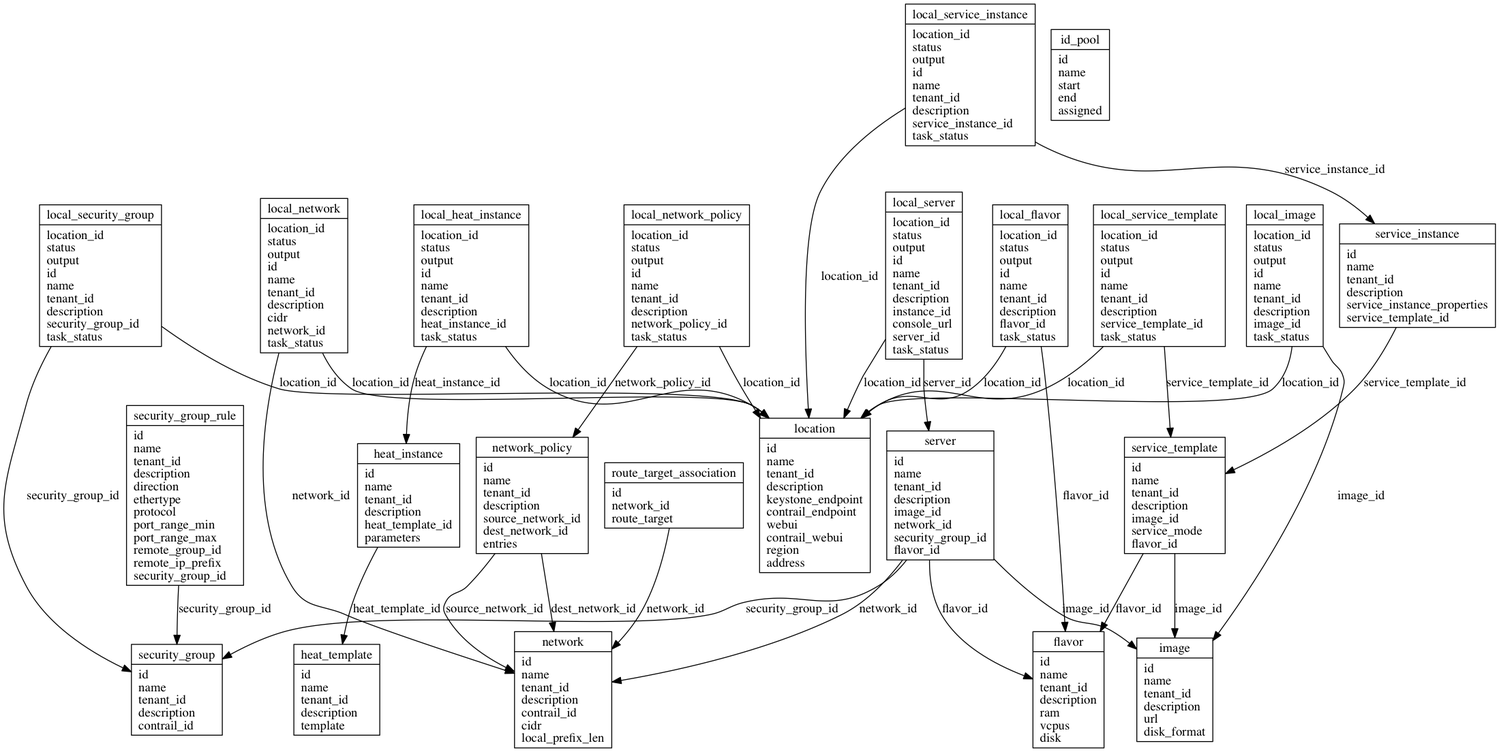
Juniper/ukai keeps this Graphviz diagram as doc/images/schema.png. Above is the earlier version. Its source is kept beside it as doc/images/schema.dot. Its diagram source:
```dot
digraph schemas {

  location [ label = "{ location | id\lname\ltenant_id\ldescription\lkeystone_endpoint\lcontrail_endpoint\lwebui\lcontrail_webui\lregion\laddress\l }", shape = "record"];


  heat_template [ label = "{ heat_template | id\lname\ltenant_id\ldescription\ltemplate\l }", shape = "record"];


  heat_instance [ label = "{ heat_instance | id\lname\ltenant_id\ldescription\lheat_template_id\lparameters\l }", shape = "record"];

  heat_instance -> heat_template [ label = "heat_template_id"];


  local_heat_instance [ label = "{ local_heat_instance | location_id\lstatus\loutput\lid\lname\ltenant_id\ldescription\lheat_instance_id\ltask_status\l }", shape = "record"];

  local_heat_instance -> location [ label = "location_id"];

  local_heat_instance -> heat_instance [ label = "heat_instance_id"];


  image [ label = "{ image | id\lname\ltenant_id\ldescription\lurl\ldisk_format\l }", shape = "record"];


  flavor [ label = "{ flavor | id\lname\ltenant_id\ldescription\lram\lvcpus\ldisk\l }", shape = "record"];


  service_template [ label = "{ service_template | id\lname\ltenant_id\ldescription\limage_id\lservice_mode\lflavor_id\l }", shape = "record"];

  service_template -> image [ label = "image_id"];

  service_template -> flavor [ label = "flavor_id"];


  service_instance [ label = "{ service_instance | id\lname\ltenant_id\ldescription\lservice_instance_properties\lservice_template_id\l }", shape = "record"];

  service_instance -> service_template [ label = "service_template_id"];


  local_service_instance [ label = "{ local_service_instance | location_id\lstatus\loutput\lid\lname\ltenant_id\ldescription\lservice_instance_id\ltask_status\l }", shape = "record"];

  local_service_instance -> location [ label = "location_id"];

  local_service_instance -> service_instance [ label = "service_instance_id"];


  local_service_template [ label = "{ local_service_template | location_id\lstatus\loutput\lid\lname\ltenant_id\ldescription\lservice_template_id\ltask_status\l }", shape = "record"];

  local_service_template -> location [ label = "location_id"];

  local_service_template -> service_template [ label = "service_template_id"];


  security_group [ label = "{ security_group | id\lname\ltenant_id\ldescription\lcontrail_id\l }", shape = "record"];


  security_group_rule [ label = "{ security_group_rule | id\lname\ltenant_id\ldescription\ldirection\lethertype\lprotocol\lport_range_min\lport_range_max\lremote_group_id\lremote_ip_prefix\lsecurity_group_id\l }", shape = "record"];

  security_group_rule -> security_group [ label = "security_group_id"];


  local_security_group [ label = "{ local_security_group | location_id\lstatus\loutput\lid\lname\ltenant_id\ldescription\lsecurity_group_id\ltask_status\l }", shape = "record"];

  local_security_group -> location [ label = "location_id"];

  local_security_group -> security_group [ label = "security_group_id"];


  network [ label = "{ network | id\lname\ltenant_id\ldescription\lcontrail_id\lcidr\llocal_prefix_len\l }", shape = "record"];


  network_policy [ label = "{ network_policy | id\lname\ltenant_id\ldescription\lsource_network_id\ldest_network_id\lentries\l }", shape = "record"];

  network_policy -> network [ label = "source_network_id"];

  network_policy -> network [ label = "dest_network_id"];


  local_network_policy [ label = "{ local_network_policy | location_id\lstatus\loutput\lid\lname\ltenant_id\ldescription\lnetwork_policy_id\ltask_status\l }", shape = "record"];

  local_network_policy -> location [ label = "location_id"];

  local_network_policy -> network_policy [ label = "network_policy_id"];


  server [ label = "{ server | id\lname\ltenant_id\ldescription\limage_id\lnetwork_id\lsecurity_group_id\lflavor_id\l }", shape = "record"];

  server -> image [ label = "image_id"];

  server -> network [ label = "network_id"];

  server -> security_group [ label = "security_group_id"];

  server -> flavor [ label = "flavor_id"];


  local_server [ label = "{ local_server | location_id\lstatus\loutput\lid\lname\ltenant_id\ldescription\linstance_id\lconsole_url\lserver_id\ltask_status\l }", shape = "record"];

  local_server -> location [ label = "location_id"];

  local_server -> server [ label = "server_id"];


  local_flavor [ label = "{ local_flavor | location_id\lstatus\loutput\lid\lname\ltenant_id\ldescription\lflavor_id\ltask_status\l }", shape = "record"];

  local_flavor -> location [ label = "location_id"];

  local_flavor -> flavor [ label = "flavor_id"];


  local_image [ label = "{ local_image | location_id\lstatus\loutput\lid\lname\ltenant_id\ldescription\limage_id\ltask_status\l }", shape = "record"];

  local_image -> location [ label = "location_id"];

  local_image -> image [ label = "image_id"];


  local_network [ label = "{ local_network | location_id\lstatus\loutput\lid\lname\ltenant_id\ldescription\lcidr\lnetwork_id\ltask_status\l }", shape = "record"];

  local_network -> location [ label = "location_id"];

  local_network -> network [ label = "network_id"];


  id_pool [ label = "{ id_pool | id\lname\lstart\lend\lassigned\l }", shape = "record"];


  route_target_association [ label = "{ route_target_association | id\lnetwork_id\lroute_target\l }", shape = "record"];

  route_target_association -> network [ label = "network_id"];


}
```
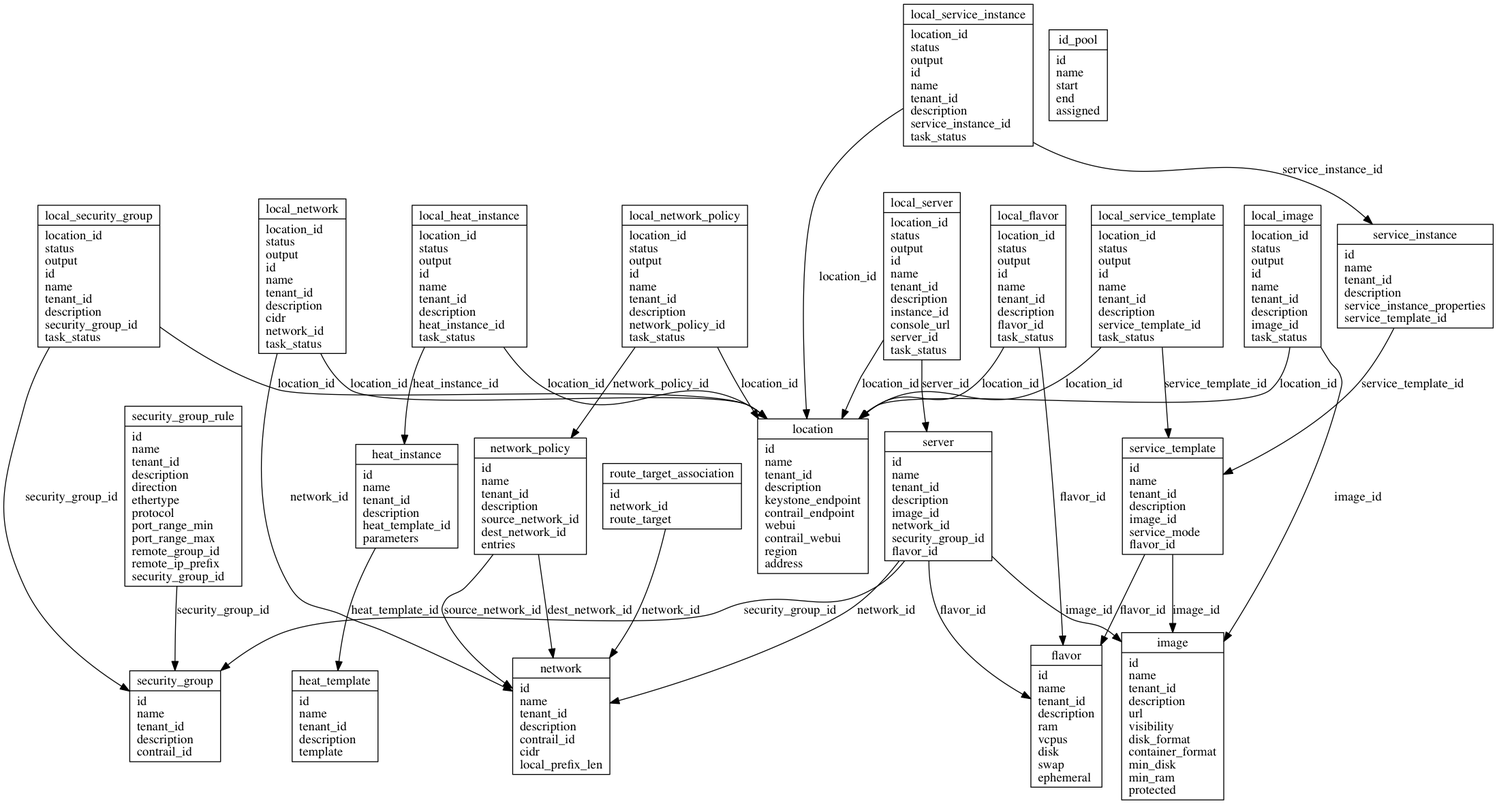
After the commit.

Change to the diagram source:
```diff
@@ -18,10 +18,10 @@
   local_heat_instance -> heat_instance [ label = "heat_instance_id"];
 
 
-  image [ label = "{ image | id\lname\ltenant_id\ldescription\lurl\ldisk_format\l }", shape = "record"];
+  image [ label = "{ image | id\lname\ltenant_id\ldescription\lurl\lvisibility\ldisk_format\lcontainer_format\lmin_disk\lmin_ram\lprotected\l }", shape = "record"];
 
 
-  flavor [ label = "{ flavor | id\lname\ltenant_id\ldescription\lram\lvcpus\ldisk\l }", shape = "record"];
+  flavor [ label = "{ flavor | id\lname\ltenant_id\ldescription\lram\lvcpus\ldisk\lswap\lephemeral\l }", shape = "record"];
 
 
   service_template [ label = "{ service_template | id\lname\ltenant_id\ldescription\limage_id\lservice_mode\lflavor_id\l }", shape = "record"];
```
